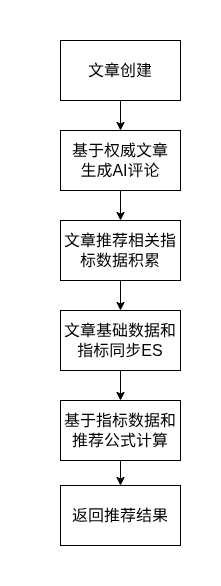
Before: static/pic/flowchart/algorithm.drawio.png, a diagram exported from draw.io (hongch666/mix-web-demo). Source tidied: cells renumbered, new cells last; positions are measured from the earlier drawing's top-left corner, leaving out a move shared by most shapes.
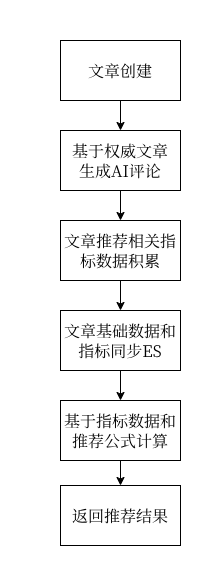
The same file after the commit.

The edit, as a diff of the source:
```diff
@@ -2,51 +2,51 @@
   <root>
     <mxCell id="0" />
     <mxCell id="1" parent="0" />
-    <mxCell id="2" style="edgeStyle=none;html=1;exitX=0.5;exitY=1;exitDx=0;exitDy=0;entryX=0.5;entryY=0;entryDx=0;entryDy=0;" parent="1" edge="1" source="3" target="5">
+    <mxCell id="2" style="edgeStyle=none;html=1;exitX=0.5;exitY=1;exitDx=0;exitDy=0;entryX=0.5;entryY=0;entryDx=0;entryDy=0;fontFamily=宋体;" parent="1" edge="1" source="3" target="5">
       <mxGeometry relative="1" as="geometry" />
     </mxCell>
-    <mxCell id="3" value="文章创建" style="rounded=0;whiteSpace=wrap;html=1;fontSize=16;" parent="1" vertex="1">
+    <mxCell id="3" value="文章创建" style="rounded=0;whiteSpace=wrap;html=1;fontSize=16;fontFamily=宋体;" parent="1" vertex="1">
       <mxGeometry x="60" y="40" width="120" height="60" as="geometry" />
     </mxCell>
-    <mxCell id="4" style="edgeStyle=none;html=1;exitX=0.5;exitY=1;exitDx=0;exitDy=0;entryX=0.5;entryY=0;entryDx=0;entryDy=0;" parent="1" edge="1" source="5" target="7">
+    <mxCell id="4" style="edgeStyle=none;html=1;exitX=0.5;exitY=1;exitDx=0;exitDy=0;entryX=0.5;entryY=0;entryDx=0;entryDy=0;fontFamily=宋体;" parent="1" edge="1" source="5" target="7">
       <mxGeometry relative="1" as="geometry" />
     </mxCell>
-    <mxCell id="5" value="基于权威文章&lt;br&gt;生成AI评论" style="rounded=0;whiteSpace=wrap;html=1;fontSize=16;" parent="1" vertex="1">
+    <mxCell id="5" value="基于权威文章&lt;br&gt;生成AI评论" style="rounded=0;whiteSpace=wrap;html=1;fontSize=16;fontFamily=宋体;" parent="1" vertex="1">
       <mxGeometry x="60" y="130" width="120" height="60" as="geometry" />
     </mxCell>
-    <mxCell id="6" style="edgeStyle=none;html=1;exitX=0.5;exitY=1;exitDx=0;exitDy=0;entryX=0.5;entryY=0;entryDx=0;entryDy=0;" parent="1" edge="1" source="7" target="9">
+    <mxCell id="6" style="edgeStyle=none;html=1;exitX=0.5;exitY=1;exitDx=0;exitDy=0;entryX=0.5;entryY=0;entryDx=0;entryDy=0;fontFamily=宋体;" parent="1" edge="1" source="7" target="9">
       <mxGeometry relative="1" as="geometry" />
     </mxCell>
-    <mxCell id="7" value="文章推荐相关指标数据积累" style="rounded=0;whiteSpace=wrap;html=1;fontSize=16;" parent="1" vertex="1">
+    <mxCell id="7" value="文章推荐相关指标数据积累" style="rounded=0;whiteSpace=wrap;html=1;fontSize=16;fontFamily=宋体;" parent="1" vertex="1">
       <mxGeometry x="60" y="220" width="120" height="60" as="geometry" />
     </mxCell>
-    <mxCell id="8" style="edgeStyle=none;html=1;exitX=0.5;exitY=1;exitDx=0;exitDy=0;" parent="1" edge="1" source="9">
+    <mxCell id="8" style="edgeStyle=none;html=1;exitX=0.5;exitY=1;exitDx=0;exitDy=0;fontFamily=宋体;" parent="1" edge="1" source="9">
       <mxGeometry relative="1" as="geometry">
         <mxPoint x="120" y="400" as="targetPoint" />
       </mxGeometry>
     </mxCell>
-    <mxCell id="9" value="文章基础数据和指标同步ES" style="rounded=0;whiteSpace=wrap;html=1;fontSize=16;" parent="1" vertex="1">
+    <mxCell id="9" value="文章基础数据和指标同步ES" style="rounded=0;whiteSpace=wrap;html=1;fontSize=16;fontFamily=宋体;" parent="1" vertex="1">
       <mxGeometry x="60" y="310" width="120" height="60" as="geometry" />
     </mxCell>
-    <mxCell id="10" style="edgeStyle=none;html=1;exitX=0.5;exitY=1;exitDx=0;exitDy=0;" parent="1" edge="1" source="11" target="12">
+    <mxCell id="10" style="edgeStyle=none;html=1;exitX=0.5;exitY=1;exitDx=0;exitDy=0;fontFamily=宋体;" parent="1" edge="1" source="11" target="12">
       <mxGeometry relative="1" as="geometry" />
     </mxCell>
-    <mxCell id="11" value="基于指标数据和推荐公式计算" style="rounded=0;whiteSpace=wrap;html=1;fontSize=16;" parent="1" vertex="1">
+    <mxCell id="11" value="基于指标数据和推荐公式计算" style="rounded=0;whiteSpace=wrap;html=1;fontSize=16;fontFamily=宋体;" parent="1" vertex="1">
       <mxGeometry x="60" y="400" width="120" height="60" as="geometry" />
     </mxCell>
-    <mxCell id="12" value="返回推荐结果" style="rounded=0;whiteSpace=wrap;html=1;fontSize=16;" parent="1" vertex="1">
+    <mxCell id="12" value="返回推荐结果" style="rounded=0;whiteSpace=wrap;html=1;fontSize=16;fontFamily=宋体;" parent="1" vertex="1">
       <mxGeometry x="60" y="485" width="120" height="60" as="geometry" />
     </mxCell>
-    <mxCell id="13" style="rounded=0;whiteSpace=wrap;html=1;textOpacity=0;labelBorderColor=light-dark(#000000,#FFFFFF);fontColor=none;noLabel=1;strokeColor=none;labelBackgroundColor=default;" parent="1" vertex="1">
+    <mxCell id="13" style="rounded=0;whiteSpace=wrap;html=1;textOpacity=0;labelBorderColor=light-dark(#000000,#FFFFFF);fontColor=none;noLabel=1;strokeColor=none;labelBackgroundColor=default;fontFamily=宋体;" parent="1" vertex="1">
       <mxGeometry x="115" width="10" height="30" as="geometry" />
     </mxCell>
-    <mxCell id="14" style="rounded=0;whiteSpace=wrap;html=1;textOpacity=0;labelBorderColor=light-dark(#000000,#FFFFFF);fontColor=none;noLabel=1;strokeColor=none;labelBackgroundColor=default;" parent="1" vertex="1">
+    <mxCell id="14" style="rounded=0;whiteSpace=wrap;html=1;textOpacity=0;labelBorderColor=light-dark(#000000,#FFFFFF);fontColor=none;noLabel=1;strokeColor=none;labelBackgroundColor=default;fontFamily=宋体;" parent="1" vertex="1">
       <mxGeometry y="240" width="10" height="30" as="geometry" />
     </mxCell>
-    <mxCell id="15" style="rounded=0;whiteSpace=wrap;html=1;textOpacity=0;labelBorderColor=light-dark(#000000,#FFFFFF);fontColor=none;noLabel=1;strokeColor=none;labelBackgroundColor=default;" parent="1" vertex="1">
+    <mxCell id="15" style="rounded=0;whiteSpace=wrap;html=1;textOpacity=0;labelBorderColor=light-dark(#000000,#FFFFFF);fontColor=none;noLabel=1;strokeColor=none;labelBackgroundColor=default;fontFamily=宋体;" parent="1" vertex="1">
       <mxGeometry x="210" y="240" width="10" height="30" as="geometry" />
     </mxCell>
-    <mxCell id="16" style="rounded=0;whiteSpace=wrap;html=1;textOpacity=0;labelBorderColor=light-dark(#000000,#FFFFFF);fontColor=none;noLabel=1;strokeColor=none;labelBackgroundColor=default;" parent="1" vertex="1">
+    <mxCell id="16" style="rounded=0;whiteSpace=wrap;html=1;textOpacity=0;labelBorderColor=light-dark(#000000,#FFFFFF);fontColor=none;noLabel=1;strokeColor=none;labelBackgroundColor=default;fontFamily=宋体;" parent="1" vertex="1">
       <mxGeometry x="115" y="555" width="10" height="30" as="geometry" />
     </mxCell>
   </root>
```
